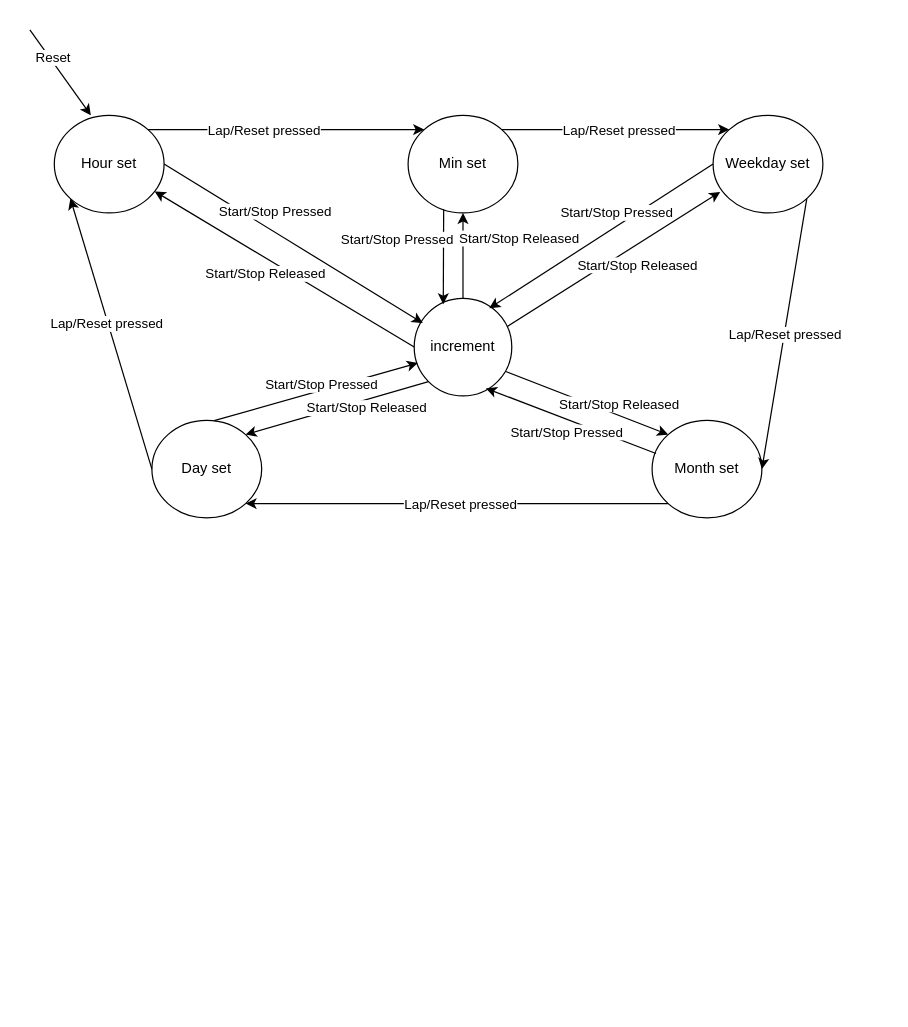
Earlier version of the draw.io diagram page "Time/Calendar/ Alarm setting" (3 of 4) of Stopwatch FSM.drawio (epicfletch/UWE-Stopwatch-3LM). Source tidied: cells renumbered, new cells numbered last; positions are measured from the earlier drawing's top-left corner, leaving out a move shared by most shapes. Both pictures are drawn from the tidied source at 122%, with x=0, y=0 at pixel (29, 29).
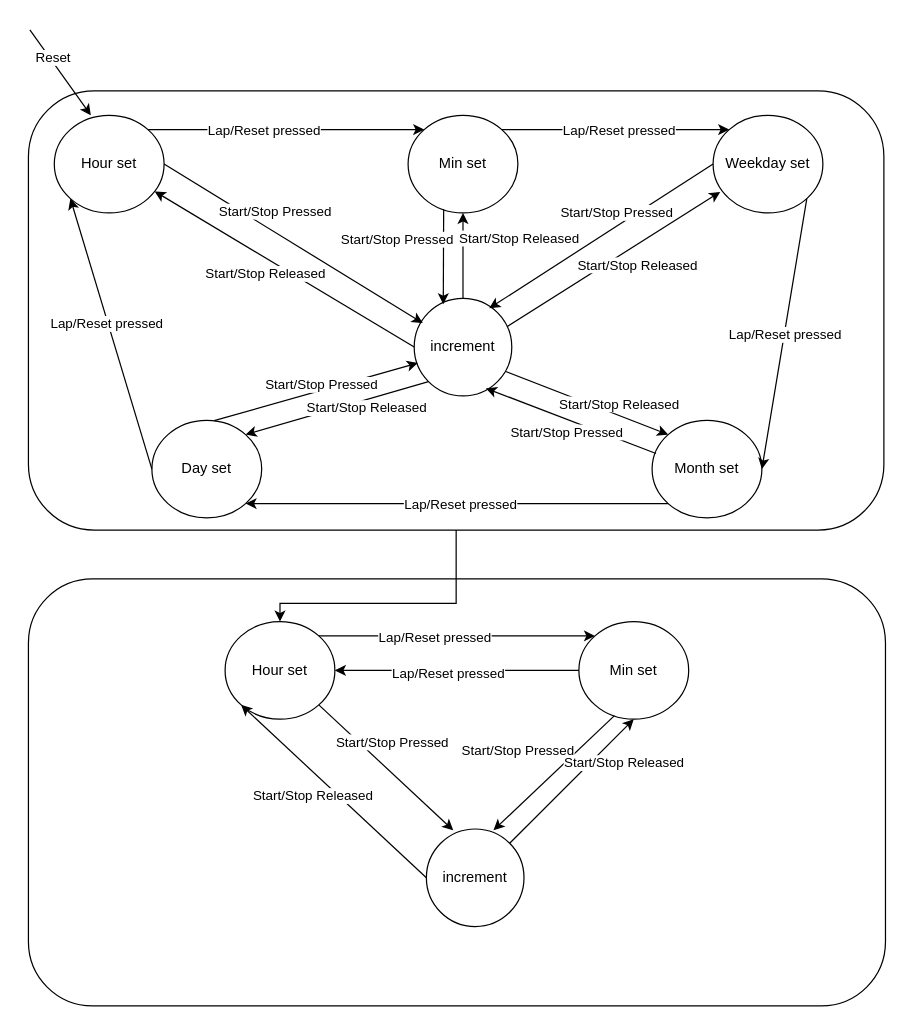
After the change.

Change to the diagram source:
```diff
@@
+    <mxCell id="40" style="rounded=1;whiteSpace=wrap;html=1;" parent="1" vertex="1">
+      <mxGeometry x="-1.2" y="50" width="701.2" height="360" as="geometry" />
+    </mxCell>
@@
+    <mxCell id="41" style="rounded=1;whiteSpace=wrap;html=1;" parent="1" vertex="1">
+      <mxGeometry x="-1.2" y="450" width="702.5" height="350" as="geometry" />
+    </mxCell>
+    <mxCell id="42" value="Hour set" style="ellipse;whiteSpace=wrap;html=1;" parent="1" vertex="1">
+      <mxGeometry x="160" y="485" width="90" height="80" as="geometry" />
+    </mxCell>
+    <mxCell id="43" value="Min set" style="ellipse;whiteSpace=wrap;html=1;" parent="1" vertex="1">
+      <mxGeometry x="450" y="485" width="90" height="80" as="geometry" />
+    </mxCell>
+    <mxCell id="44" value="increment" style="ellipse;whiteSpace=wrap;html=1;" parent="1" vertex="1">
+      <mxGeometry x="325" y="655" width="80" height="80" as="geometry" />
+    </mxCell>
+    <mxCell id="45" style="endArrow=classic;html=1;rounded=0;exitX=1;exitY=0;exitDx=0;exitDy=0;entryX=0;entryY=0;entryDx=0;entryDy=0;" parent="1" edge="1" source="42" target="43">
+      <mxGeometry relative="1" as="geometry" />
+    </mxCell>
+    <mxCell id="46" value="Lap/Reset pressed" style="edgeLabel;html=1;align=center;verticalAlign=middle;" parent="45" vertex="1">
+      <mxGeometry x="-0.29" y="-1" relative="1" as="geometry">
+        <mxPoint x="15" as="offset" />
+      </mxGeometry>
+    </mxCell>
+    <mxCell id="47" style="endArrow=classic;html=1;rounded=0;exitX=0;exitY=0.5;exitDx=0;exitDy=0;entryX=1;entryY=0.5;entryDx=0;entryDy=0;" parent="1" edge="1" source="43" target="42">
+      <mxGeometry relative="1" as="geometry" />
+    </mxCell>
+    <mxCell id="48" value="Lap/Reset pressed" style="edgeLabel;html=1;align=center;verticalAlign=middle;" parent="47" vertex="1">
+      <mxGeometry x="0.08" y="2" relative="1" as="geometry" />
+    </mxCell>
+    <mxCell id="49" style="endArrow=classic;html=1;rounded=0;exitX=1;exitY=1;exitDx=0;exitDy=0;entryX=0.275;entryY=0.013;entryDx=0;entryDy=0;entryPerimeter=0;" parent="1" edge="1" source="42" target="44">
+      <mxGeometry relative="1" as="geometry" />
+    </mxCell>
+    <mxCell id="50" value="Start/Stop Pressed" style="edgeLabel;html=1;align=center;verticalAlign=middle;" parent="49" vertex="1">
+      <mxGeometry x="-0.41" relative="1" as="geometry">
+        <mxPoint x="28" as="offset" />
+      </mxGeometry>
+    </mxCell>
+    <mxCell id="51" style="endArrow=classic;html=1;rounded=0;exitX=0;exitY=0.5;exitDx=0;exitDy=0;entryX=0;entryY=1;entryDx=0;entryDy=0;" parent="1" edge="1" source="44" target="42">
+      <mxGeometry relative="1" as="geometry" />
+    </mxCell>
+    <mxCell id="52" value="Start/Stop Released" style="edgeLabel;html=1;align=center;verticalAlign=middle;" parent="51" vertex="1">
+      <mxGeometry x="-0.04" y="1" relative="1" as="geometry">
+        <mxPoint x="-20" as="offset" />
+      </mxGeometry>
+    </mxCell>
+    <mxCell id="53" style="endArrow=classic;html=1;rounded=0;exitX=0.324;exitY=0.964;exitDx=0;exitDy=0;exitPerimeter=0;entryX=0.688;entryY=0.013;entryDx=0;entryDy=0;entryPerimeter=0;" parent="1" edge="1" source="43" target="44">
+      <mxGeometry relative="1" as="geometry" />
+    </mxCell>
+    <mxCell id="54" value="Start/Stop Pressed" style="edgeLabel;html=1;align=center;verticalAlign=middle;" parent="53" vertex="1">
+      <mxGeometry x="-0.16" y="-3" relative="1" as="geometry">
+        <mxPoint x="-36" y="-9" as="offset" />
+      </mxGeometry>
+    </mxCell>
+    <mxCell id="55" style="endArrow=classic;html=1;rounded=0;exitX=1;exitY=0;exitDx=0;exitDy=0;entryX=0.5;entryY=1;entryDx=0;entryDy=0;" parent="1" edge="1" source="44" target="43">
+      <mxGeometry relative="1" as="geometry" />
+    </mxCell>
+    <mxCell id="56" value="Start/Stop Released" style="edgeLabel;html=1;align=center;verticalAlign=middle;" parent="55" vertex="1">
+      <mxGeometry x="-0.06" y="1" relative="1" as="geometry">
+        <mxPoint x="46" y="-17" as="offset" />
+      </mxGeometry>
+    </mxCell>
+    <mxCell id="57" style="edgeStyle=orthogonalEdgeStyle;rounded=0;jettySize=auto;html=1;exitX=0.5;exitY=1;exitDx=0;exitDy=0;entryX=0.5;entryY=0;entryDx=0;entryDy=0;" parent="1" edge="1" source="40" target="42">
+      <mxGeometry relative="1" as="geometry">
+        <Array as="points">
+          <mxPoint x="349" y="470" />
+          <mxPoint x="205" y="470" />
+        </Array>
+      </mxGeometry>
+    </mxCell>
```
